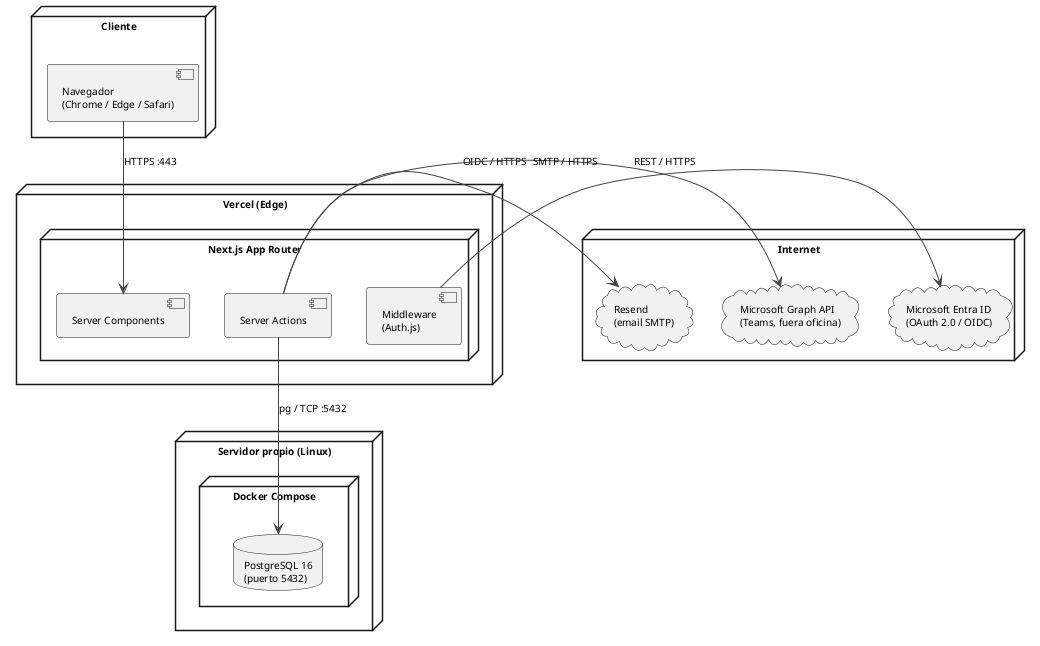
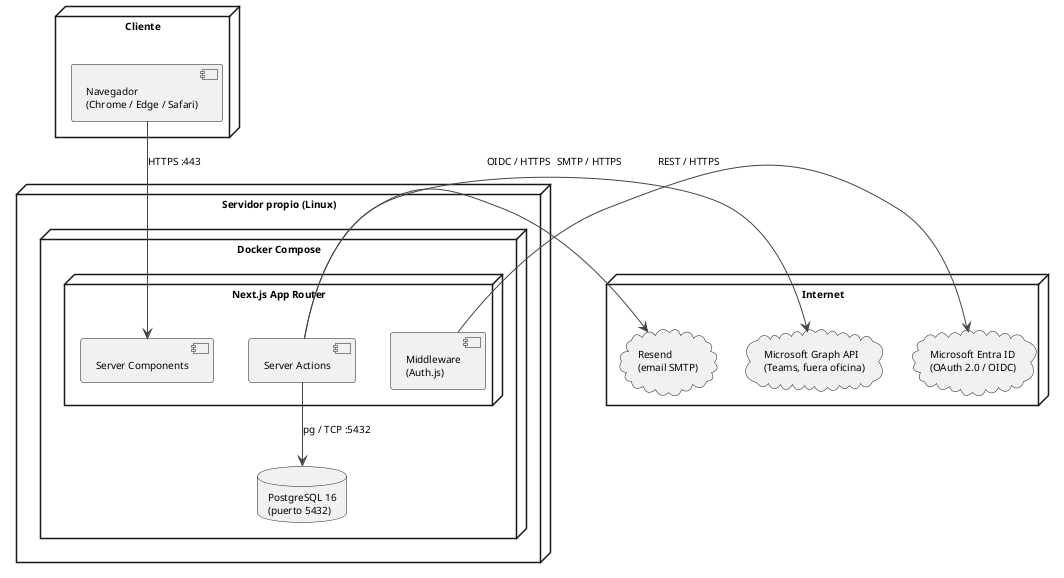
@startuml despliegue
skinparam defaultFontName Arial
skinparam defaultFontSize 10
skinparam nodeBorderThickness 1.5
skinparam arrowColor #444444

top to bottom direction

- node "Vercel (Edge)" {
-   node "Next.js App Router" {
-     component "Server Components" as SC
-     component "Server Actions" as SA
-     component "Middleware\n(Auth.js)" as MW
+ node "Servidor propio (Linux)" {
+   node "Docker Compose" {
+     node "Next.js App Router" {
+       component "Server Components" as SC
+       component "Server Actions" as SA
+       component "Middleware\n(Auth.js)" as MW
+     }
+     database "PostgreSQL 16\n(puerto 5432)" as PG
  }
}

node "Internet" {
  cloud "Microsoft Entra ID\n(OAuth 2.0 / OIDC)" as Entra
  cloud "Microsoft Graph API\n(Teams, fuera oficina)" as Graph
  cloud "Resend\n(email SMTP)" as Resend
- }
- 
- node "Servidor propio (Linux)" {
-   node "Docker Compose" {
-     database "PostgreSQL 16\n(puerto 5432)" as PG
-   }
}

node "Cliente" {
  component "Navegador\n(Chrome / Edge / Safari)" as Browser
}

Browser -d-> SC: HTTPS :443
SA -d-> PG: pg / TCP :5432
MW -r-> Entra: OIDC / HTTPS
SA -r-> Graph: REST / HTTPS
SA -r-> Resend: SMTP / HTTPS

@enduml
